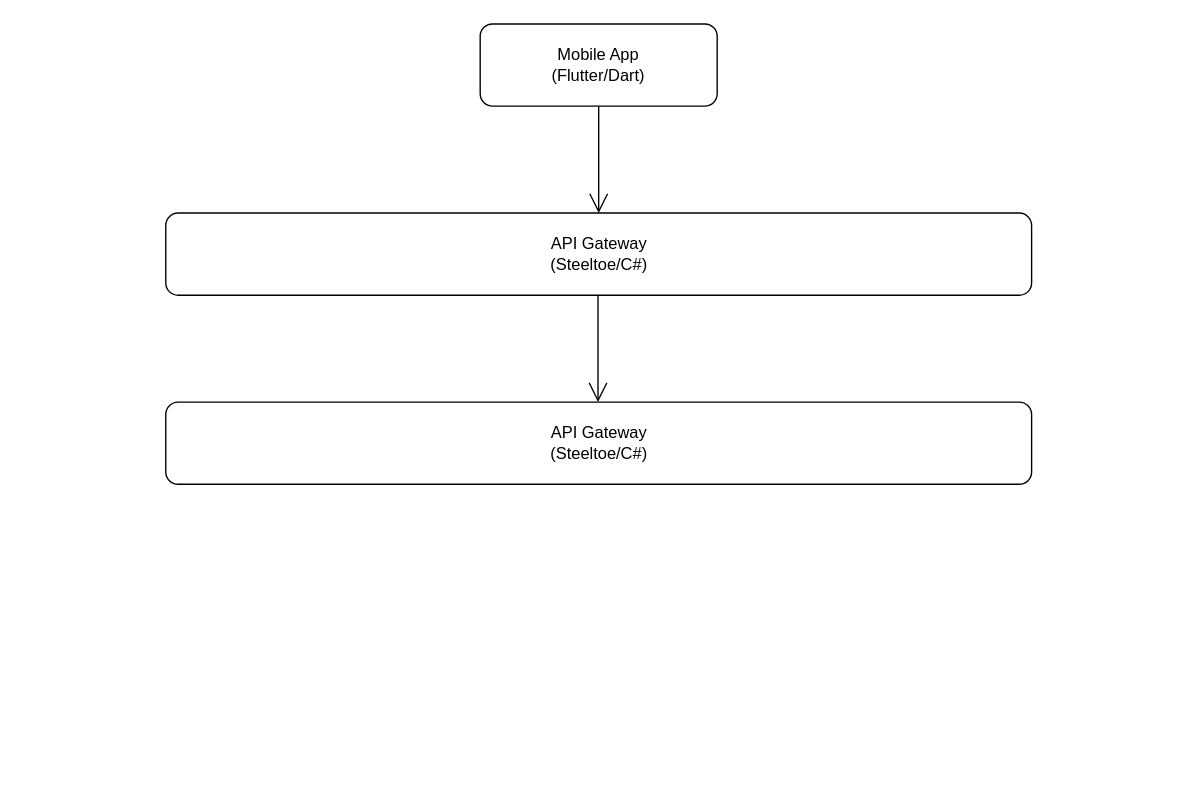
This is Diagrama sin título.drawio from Scipion2002/HomieGainz, a draw.io file, before an edit. Source tidied: cells renumbered, new cells numbered last; positions are measured from the earlier drawing's top-left corner, leaving out a move shared by most shapes. Both pictures are drawn from the tidied source at 137%, with x=0, y=0 at pixel (164, 23).
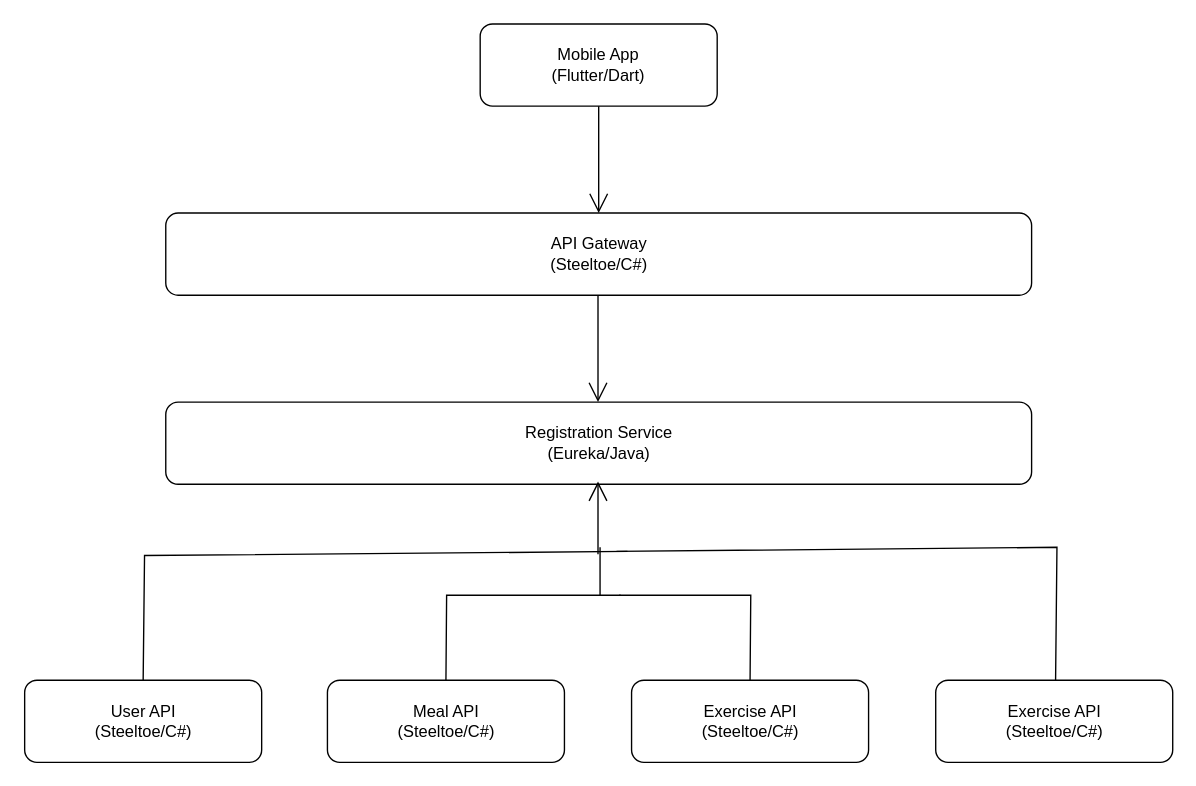
Above is the later version.

Change to the diagram source:
```diff
@@
-    <mxCell id="5" value="API Gateway&lt;br&gt;(Steeltoe/C#)" style="rounded=1;whiteSpace=wrap;html=1;" parent="1" vertex="1">
+    <mxCell id="5" value="Registration Service&lt;br&gt;(Eureka/Java)" style="rounded=1;whiteSpace=wrap;html=1;" parent="1" vertex="1">
       <mxGeometry x="0.5" y="276" width="632" height="60" as="geometry" />
     </mxCell>
@@
+    <mxCell id="7" value="User API&lt;br&gt;(Steeltoe/C#)" style="rounded=1;whiteSpace=wrap;html=1;" parent="1" vertex="1">
+      <mxGeometry x="-102.5" y="479" width="173" height="60" as="geometry" />
+    </mxCell>
+    <mxCell id="8" value="Meal API&lt;br&gt;(Steeltoe/C#)" style="rounded=1;whiteSpace=wrap;html=1;" parent="1" vertex="1">
+      <mxGeometry x="118.5" y="479" width="173" height="60" as="geometry" />
+    </mxCell>
+    <mxCell id="9" value="Exercise API&lt;br&gt;(Steeltoe/C#)" style="rounded=1;whiteSpace=wrap;html=1;" parent="1" vertex="1">
+      <mxGeometry x="562.5" y="479" width="173" height="60" as="geometry" />
+    </mxCell>
+    <mxCell id="10" value="Exercise API&lt;br&gt;(Steeltoe/C#)" style="rounded=1;whiteSpace=wrap;html=1;" parent="1" vertex="1">
+      <mxGeometry x="340.5" y="479" width="173" height="60" as="geometry" />
+    </mxCell>
+    <mxCell id="11" style="endArrow=open;endFill=1;endSize=12;html=1;rounded=0;" parent="1" edge="1">
+      <mxGeometry relative="1" as="geometry">
+        <mxPoint x="316" y="387" as="sourcePoint" />
+        <mxPoint x="316" y="334" as="targetPoint" />
+      </mxGeometry>
+    </mxCell>
+    <mxCell id="12" style="endArrow=none;html=1;rounded=0;sketch=0;strokeColor=default;exitX=0.5;exitY=0;exitDx=0;exitDy=0;" parent="1" edge="1" source="7">
+      <mxGeometry relative="1" as="geometry">
+        <mxPoint x="337.5" y="385" as="targetPoint" />
+        <Array as="points">
+          <mxPoint x="-15" y="388" />
+        </Array>
+      </mxGeometry>
+    </mxCell>
+    <mxCell id="13" style="endArrow=none;html=1;rounded=0;sketch=0;strokeColor=default;exitX=0.5;exitY=0;exitDx=0;exitDy=0;" parent="1" edge="1">
+      <mxGeometry relative="1" as="geometry">
+        <mxPoint x="650" y="479" as="sourcePoint" />
+        <mxPoint x="329.5" y="385" as="targetPoint" />
+        <Array as="points">
+          <mxPoint x="651" y="382" />
+        </Array>
+      </mxGeometry>
+    </mxCell>
+    <mxCell id="14" style="endArrow=none;html=1;rounded=0;sketch=0;strokeColor=default;exitX=0.5;exitY=0;exitDx=0;exitDy=0;" parent="1" edge="1" source="8">
+      <mxGeometry relative="1" as="geometry">
+        <mxPoint x="332.5" y="417" as="targetPoint" />
+        <Array as="points">
+          <mxPoint x="205.5" y="417" />
+        </Array>
+      </mxGeometry>
+    </mxCell>
+    <mxCell id="15" style="endArrow=none;html=1;rounded=0;sketch=0;strokeColor=default;exitX=0.5;exitY=0;exitDx=0;exitDy=0;" parent="1" edge="1" source="10">
+      <mxGeometry relative="1" as="geometry">
+        <mxPoint x="331.5" y="417" as="targetPoint" />
+        <Array as="points">
+          <mxPoint x="427.5" y="417" />
+        </Array>
+      </mxGeometry>
+    </mxCell>
+    <mxCell id="16" style="endArrow=none;html=1;rounded=0;sketch=0;strokeColor=default;" parent="1" edge="1">
+      <mxGeometry relative="1" as="geometry">
+        <mxPoint x="317.5" y="417" as="sourcePoint" />
+        <mxPoint x="317.5" y="382" as="targetPoint" />
+      </mxGeometry>
+    </mxCell>
```
